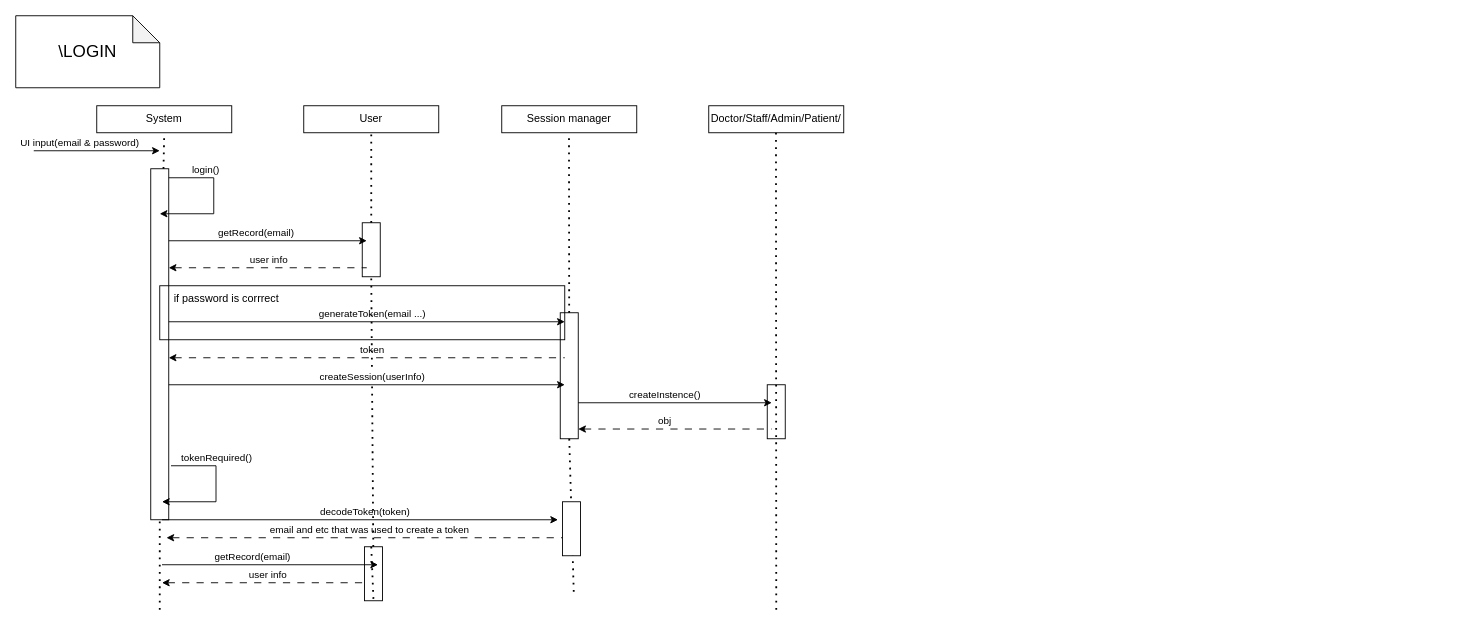
Earlier version of the draw.io diagram Project_Documentation/sequence_design/Login.drawio (IndecentTulip/INFO2413). Source tidied: cells renumbered, new cells numbered last; positions are measured from the earlier drawing's top-left corner, leaving out a move shared by most shapes. Both pictures are drawn from the tidied source at 90%, with x=0, y=0 at pixel (15, 15).
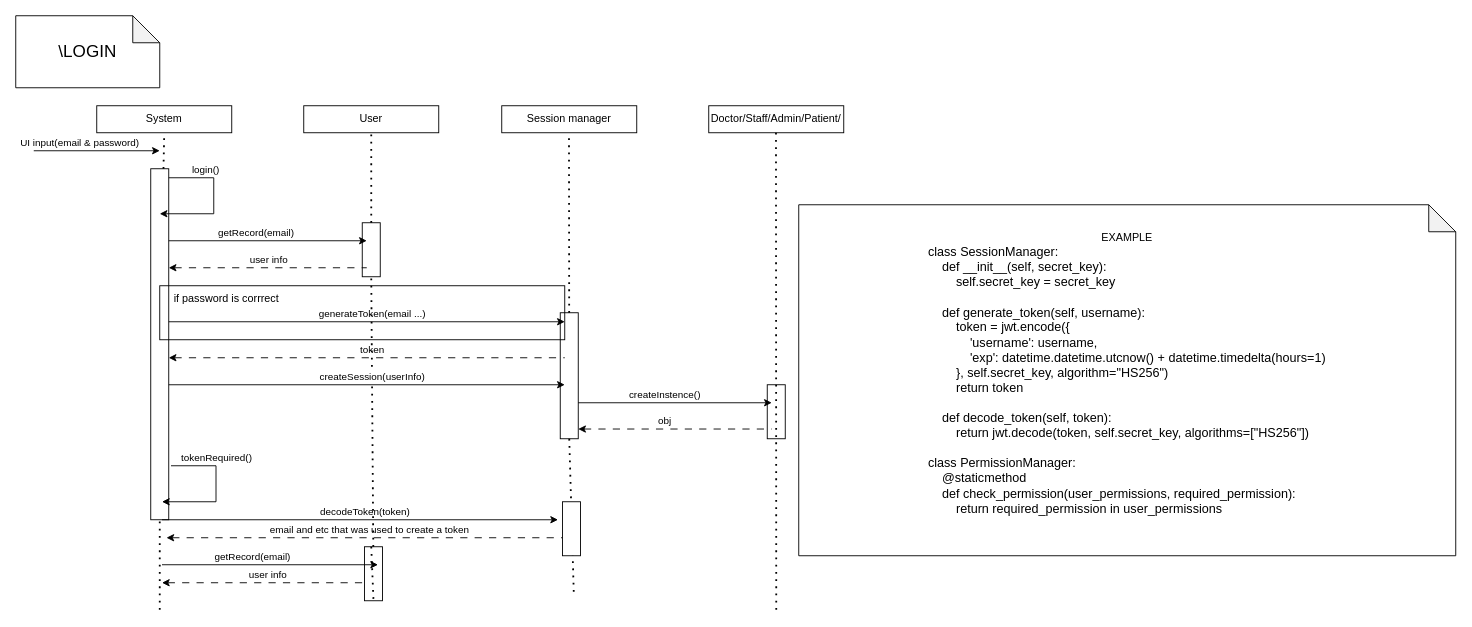
After the change.

The edit, as a diff of the source:
```diff
@@
+    <mxCell id="51" value="EXAMPLE&lt;br&gt;&lt;div style=&quot;font-size: 14px;&quot; align=&quot;left&quot;&gt;&lt;font style=&quot;font-size: 14px;&quot;&gt;class SessionManager:&lt;br&gt;&amp;nbsp;&amp;nbsp;&amp;nbsp; def __init__(self, secret_key):&lt;br&gt;&amp;nbsp;&amp;nbsp;&amp;nbsp;&amp;nbsp;&amp;nbsp;&amp;nbsp;&amp;nbsp; self.secret_key = secret_key&lt;br&gt;&lt;br&gt;&amp;nbsp;&amp;nbsp;&amp;nbsp; def generate_token(self, username):&lt;br&gt;&amp;nbsp;&amp;nbsp;&amp;nbsp;&amp;nbsp;&amp;nbsp;&amp;nbsp;&amp;nbsp; token = jwt.encode({&lt;br&gt;&amp;nbsp;&amp;nbsp;&amp;nbsp;&amp;nbsp;&amp;nbsp;&amp;nbsp;&amp;nbsp;&amp;nbsp;&amp;nbsp;&amp;nbsp;&amp;nbsp; 'username': username,&lt;br&gt;&amp;nbsp;&amp;nbsp;&amp;nbsp;&amp;nbsp;&amp;nbsp;&amp;nbsp;&amp;nbsp;&amp;nbsp;&amp;nbsp;&amp;nbsp;&amp;nbsp; 'exp': datetime.datetime.utcnow() + datetime.timedelta(hours=1)&lt;br&gt;&amp;nbsp;&amp;nbsp;&amp;nbsp;&amp;nbsp;&amp;nbsp;&amp;nbsp;&amp;nbsp; }, self.secret_key, algorithm=&quot;HS256&quot;)&lt;br&gt;&amp;nbsp;&amp;nbsp;&amp;nbsp;&amp;nbsp;&amp;nbsp;&amp;nbsp;&amp;nbsp; return token&lt;br&gt;&lt;br&gt;&amp;nbsp;&amp;nbsp;&amp;nbsp; def decode_token(self, token):&lt;br&gt;&amp;nbsp;&amp;nbsp;&amp;nbsp;&amp;nbsp;&amp;nbsp;&amp;nbsp;&amp;nbsp; return jwt.decode(token, self.secret_key, algorithms=[&quot;HS256&quot;])&lt;br&gt;&lt;br&gt;class PermissionManager:&lt;br&gt;&amp;nbsp;&amp;nbsp;&amp;nbsp; @staticmethod&lt;br&gt;&amp;nbsp;&amp;nbsp;&amp;nbsp; def check_permission(user_permissions, required_permission):&lt;br&gt;&amp;nbsp;&amp;nbsp;&amp;nbsp;&amp;nbsp;&amp;nbsp;&amp;nbsp;&amp;nbsp; return required_permission in user_permissions&lt;br&gt;&lt;/font&gt;&lt;/div&gt;&lt;div&gt;&lt;br&gt;&lt;/div&gt;" style="shape=note;whiteSpace=wrap;html=1;backgroundOutline=1;darkOpacity=0.05;" parent="1" vertex="1">
+      <mxGeometry x="870" y="210" width="730" height="390" as="geometry" />
+    </mxCell>
```
